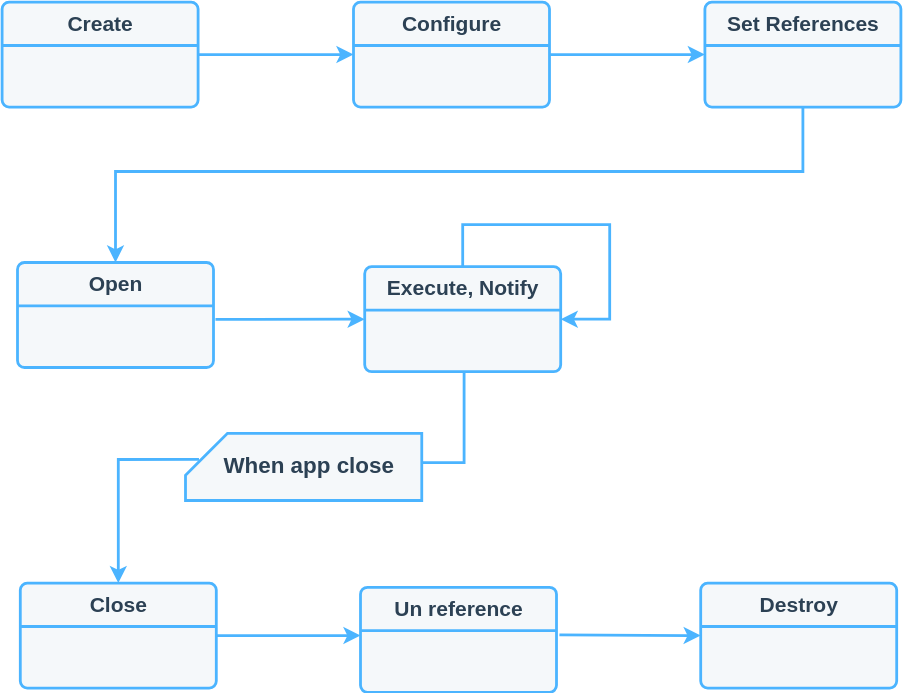
This is content/en/conceptual/building_blocks/components/figure1.svg from pip-services/pip-services-docs, a draw.io export, as it was before one commit. Source tidied: cells renumbered, new cells last; positions are measured from the earlier drawing's top-left corner, leaving out a move shared by most shapes.
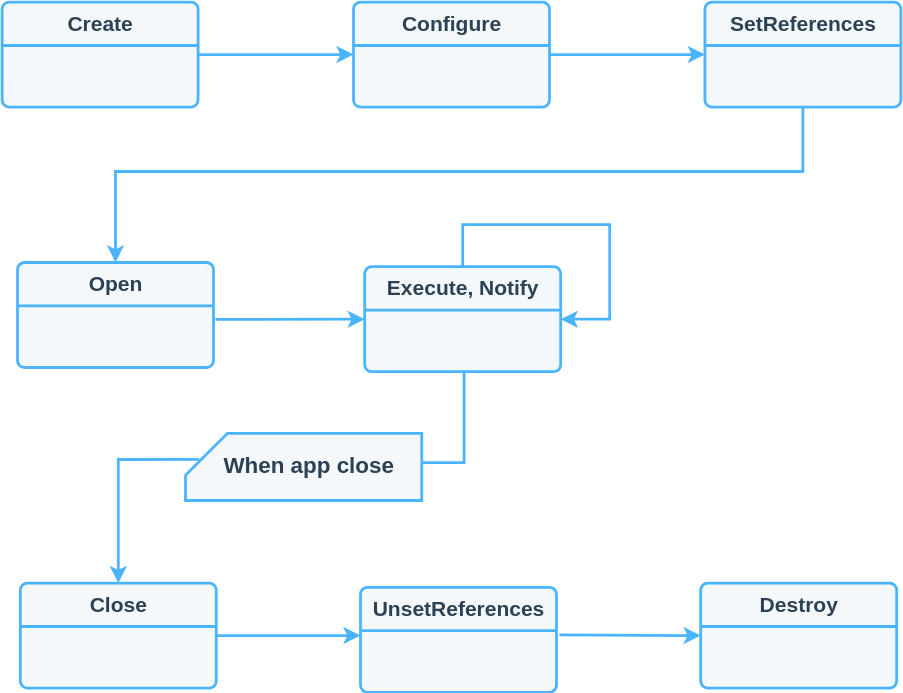
The same diagram one commit later.

Commit message:
fix lifecycle diagram

The edit, as a diff of the source:
```diff
@@ -75,7 +75,7 @@
         </Array>
       </mxGeometry>
     </mxCell>
-    <mxCell id="16" value="Set References" style="html=1;align=center;verticalAlign=top;rounded=1;absoluteArcSize=1;arcSize=10;dashed=0;sketch=0;strokeColor=#4BB4FF;strokeWidth=2;fontStyle=1;fontSize=15;fillColor=#F5F8FA;fontColor=#2C4154;" parent="1" vertex="1">
+    <mxCell id="16" value="SetReferences" style="html=1;align=center;verticalAlign=top;rounded=1;absoluteArcSize=1;arcSize=10;dashed=0;sketch=0;strokeColor=#4BB4FF;strokeWidth=2;fontStyle=1;fontSize=15;fillColor=#F5F8FA;fontColor=#2C4154;" parent="1" vertex="1">
       <mxGeometry x="502" width="140" height="75" as="geometry" />
     </mxCell>
     <mxCell id="17" style="endArrow=none;html=1;rounded=0;fontFamily=Source Sans pro;fontSource=https%3A%2F%2Ffonts.googleapis.com%2Fcss%3Ffamily%3DSource%2BSans%2Bpro;fontSize=14;fontColor=#FFFF33;strokeColor=#4BB4FF;strokeWidth=2;sketch=0;" parent="1" edge="1">
@@ -131,7 +131,7 @@
         </Array>
       </mxGeometry>
     </mxCell>
-    <mxCell id="25" value="Un reference" style="html=1;align=center;verticalAlign=top;rounded=1;absoluteArcSize=1;arcSize=10;dashed=0;sketch=0;strokeColor=#4BB4FF;strokeWidth=2;fontStyle=1;fontSize=15;fillColor=#F5F8FA;fontColor=#2C4154;" parent="1" vertex="1">
+    <mxCell id="25" value="UnsetReferences" style="html=1;align=center;verticalAlign=top;rounded=1;absoluteArcSize=1;arcSize=10;dashed=0;sketch=0;strokeColor=#4BB4FF;strokeWidth=2;fontStyle=1;fontSize=15;fillColor=#F5F8FA;fontColor=#2C4154;" parent="1" vertex="1">
       <mxGeometry x="256" y="418" width="140" height="75" as="geometry" />
     </mxCell>
     <mxCell id="26" style="endArrow=none;html=1;rounded=0;fontFamily=Source Sans pro;fontSource=https%3A%2F%2Ffonts.googleapis.com%2Fcss%3Ffamily%3DSource%2BSans%2Bpro;fontSize=14;fontColor=#FFFF33;strokeColor=#4BB4FF;strokeWidth=2;sketch=0;" parent="1" edge="1">
```
